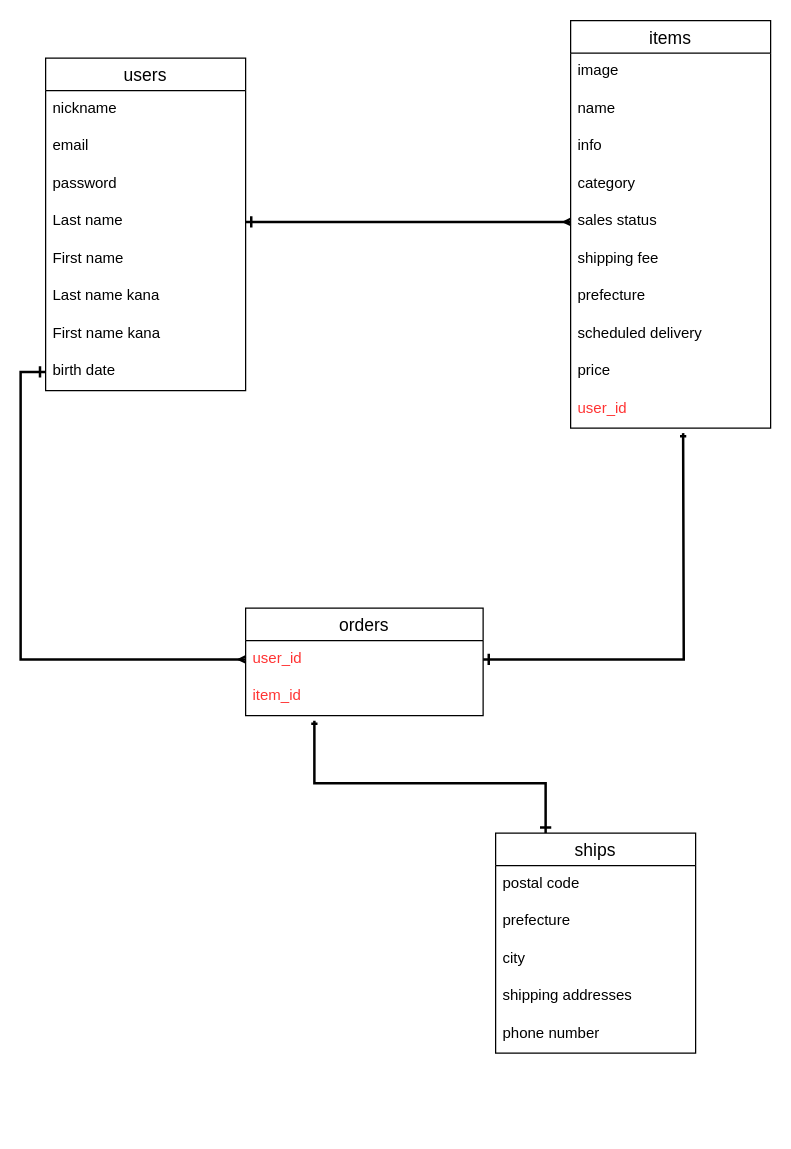
The draw.io diagram furima.dio in elmo-24/furima-34389, before the edit. Source tidied: cells renumbered, new cells numbered last; positions are measured from the earlier drawing's top-left corner, leaving out a move shared by most shapes. Both pictures are drawn from the tidied source at 125%, with x=0, y=0 at pixel (20, 20).
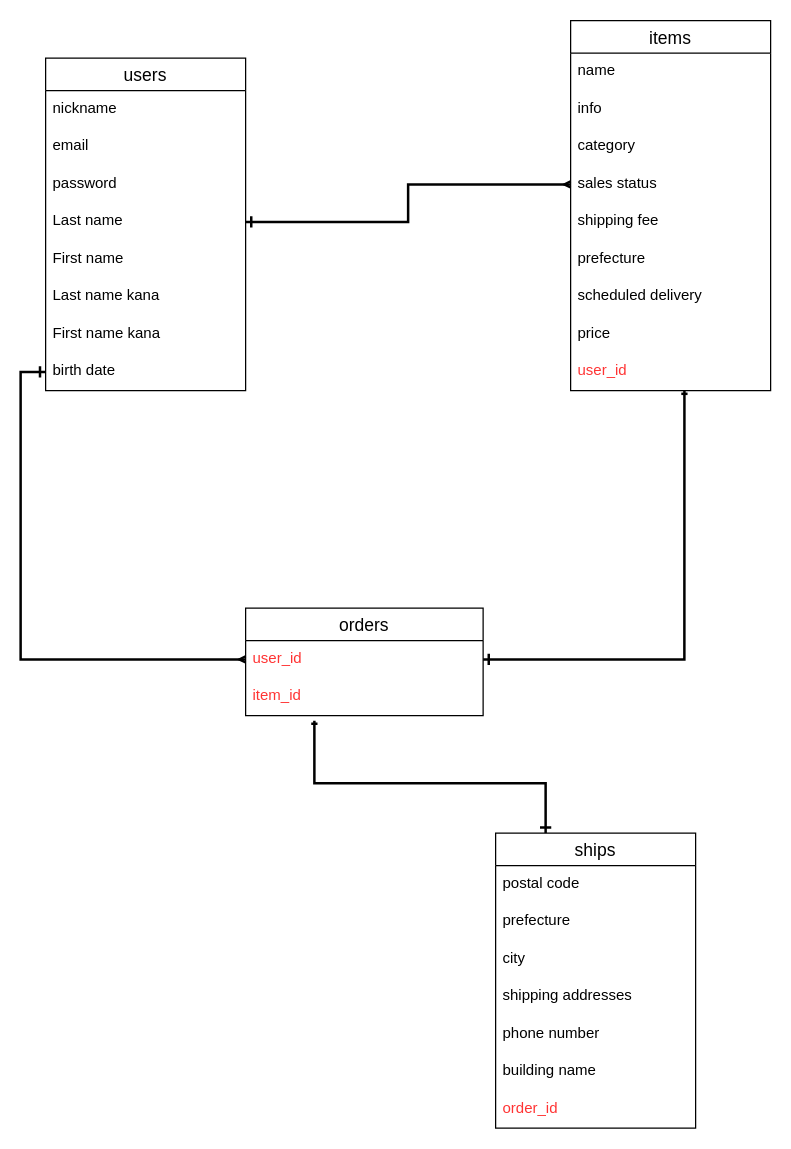
After the change.

Commit message:
コミットし忘れ最新ER図

Unchanged cells that the change refers to:
```xml
<mxCell id="23" value="user_id" style="text;strokeColor=none;fillColor=none;spacingLeft=4;spacingRight=4;overflow=hidden;points=[[0,0.5],[1,0.5]];portConstraint=eastwest;fontSize=12;fontColor=#FF3333;" parent="22" vertex="1">
  <mxGeometry y="26" width="190" height="30" as="geometry" />
</mxCell>
```

The edit, as a diff of the source:
```diff
@@
     <mxCell id="11" value="items" style="swimlane;fontStyle=0;horizontal=1;startSize=26;align=center;fontSize=14;" parent="1" vertex="1">
-      <mxGeometry x="440" width="160" height="326" as="geometry" />
+      <mxGeometry x="440" width="160" height="296" as="geometry" />
     </mxCell>
-    <mxCell id="12" value="image" style="text;strokeColor=none;fillColor=none;spacingLeft=4;spacingRight=4;overflow=hidden;fontSize=12;" parent="11" vertex="1">
-      <mxGeometry y="26" width="160" height="30" as="geometry" />
-    </mxCell>
     <mxCell id="13" value="name" style="text;strokeColor=none;fillColor=none;spacingLeft=4;spacingRight=4;overflow=hidden;fontSize=12;" parent="11" vertex="1">
-      <mxGeometry y="56" width="160" height="30" as="geometry" />
+      <mxGeometry y="26" width="160" height="30" as="geometry" />
     </mxCell>
     <mxCell id="14" value="info" style="text;strokeColor=none;fillColor=none;spacingLeft=4;spacingRight=4;overflow=hidden;fontSize=12;" parent="11" vertex="1">
-      <mxGeometry y="86" width="160" height="30" as="geometry" />
+      <mxGeometry y="56" width="160" height="30" as="geometry" />
     </mxCell>
     <mxCell id="15" value="category" style="text;strokeColor=none;fillColor=none;spacingLeft=4;spacingRight=4;overflow=hidden;fontSize=12;" parent="11" vertex="1">
-      <mxGeometry y="116" width="160" height="30" as="geometry" />
+      <mxGeometry y="86" width="160" height="30" as="geometry" />
     </mxCell>
     <mxCell id="16" value="sales status" style="text;strokeColor=none;fillColor=none;spacingLeft=4;spacingRight=4;overflow=hidden;points=[[0,0.5],[1,0.5]];portConstraint=eastwest;fontSize=12;" parent="11" vertex="1">
-      <mxGeometry y="146" width="160" height="30" as="geometry" />
+      <mxGeometry y="116" width="160" height="30" as="geometry" />
     </mxCell>
     <mxCell id="17" value="shipping fee" style="text;strokeColor=none;fillColor=none;spacingLeft=4;spacingRight=4;overflow=hidden;fontSize=12;" parent="11" vertex="1">
-      <mxGeometry y="176" width="160" height="30" as="geometry" />
+      <mxGeometry y="146" width="160" height="30" as="geometry" />
     </mxCell>
     <mxCell id="18" value="prefecture" style="text;strokeColor=none;fillColor=none;spacingLeft=4;spacingRight=4;overflow=hidden;fontSize=12;" parent="11" vertex="1">
-      <mxGeometry y="206" width="160" height="30" as="geometry" />
+      <mxGeometry y="176" width="160" height="30" as="geometry" />
     </mxCell>
     <mxCell id="19" value="scheduled delivery" style="text;strokeColor=none;fillColor=none;spacingLeft=4;spacingRight=4;overflow=hidden;fontSize=12;" parent="11" vertex="1">
-      <mxGeometry y="236" width="160" height="30" as="geometry" />
+      <mxGeometry y="206" width="160" height="30" as="geometry" />
     </mxCell>
     <mxCell id="20" value="price" style="text;strokeColor=none;fillColor=none;spacingLeft=4;spacingRight=4;overflow=hidden;fontSize=12;" parent="11" vertex="1">
-      <mxGeometry y="266" width="160" height="30" as="geometry" />
+      <mxGeometry y="236" width="160" height="30" as="geometry" />
     </mxCell>
     <mxCell id="21" value="user_id" style="text;strokeColor=none;fillColor=none;spacingLeft=4;spacingRight=4;overflow=hidden;points=[[0,0.5],[1,0.5]];portConstraint=eastwest;fontSize=12;fontColor=#FF3333;" parent="11" vertex="1">
-      <mxGeometry y="296" width="160" height="30" as="geometry" />
+      <mxGeometry y="266" width="160" height="30" as="geometry" />
     </mxCell>
@@
     <mxCell id="26" value="ships" style="swimlane;fontStyle=0;horizontal=1;startSize=26;align=center;fontSize=14;" parent="1" vertex="1">
-      <mxGeometry x="380" y="650" width="160" height="176" as="geometry" />
+      <mxGeometry x="380" y="650" width="160" height="236" as="geometry" />
     </mxCell>
@@
+    <mxCell id="35" value="building name" style="text;strokeColor=none;fillColor=none;spacingLeft=4;spacingRight=4;overflow=hidden;fontSize=12;" parent="26" vertex="1">
+      <mxGeometry y="176" width="160" height="30" as="geometry" />
+    </mxCell>
+    <mxCell id="36" value="order_id" style="text;strokeColor=none;fillColor=none;spacingLeft=4;spacingRight=4;overflow=hidden;fontSize=12;fontColor=#FF3333;" parent="26" vertex="1">
+      <mxGeometry y="206" width="160" height="30" as="geometry" />
+    </mxCell>
@@
-    <mxCell id="34" style="edgeStyle=orthogonalEdgeStyle;rounded=0;jumpSize=9;jettySize=auto;html=1;exitX=1;exitY=0.5;exitDx=0;exitDy=0;startArrow=ERone;startFill=0;endArrow=ERone;endFill=0;endSize=2;targetPerimeterSpacing=0;strokeWidth=2;fontColor=#FF3333;" parent="1" edge="1" source="23">
-      <mxGeometry relative="1" as="geometry">
-        <mxPoint x="530" y="330" as="targetPoint" />
-      </mxGeometry>
+    <mxCell id="34" style="edgeStyle=orthogonalEdgeStyle;rounded=0;jumpSize=9;jettySize=auto;html=1;exitX=1;exitY=0.5;exitDx=0;exitDy=0;startArrow=ERone;startFill=0;endArrow=ERone;endFill=0;endSize=2;targetPerimeterSpacing=0;strokeWidth=2;fontColor=#FF3333;entryX=0.569;entryY=1.002;entryDx=0;entryDy=0;entryPerimeter=0;" parent="1" edge="1" source="23" target="21">
+      <mxGeometry relative="1" as="geometry" />
     </mxCell>
```
